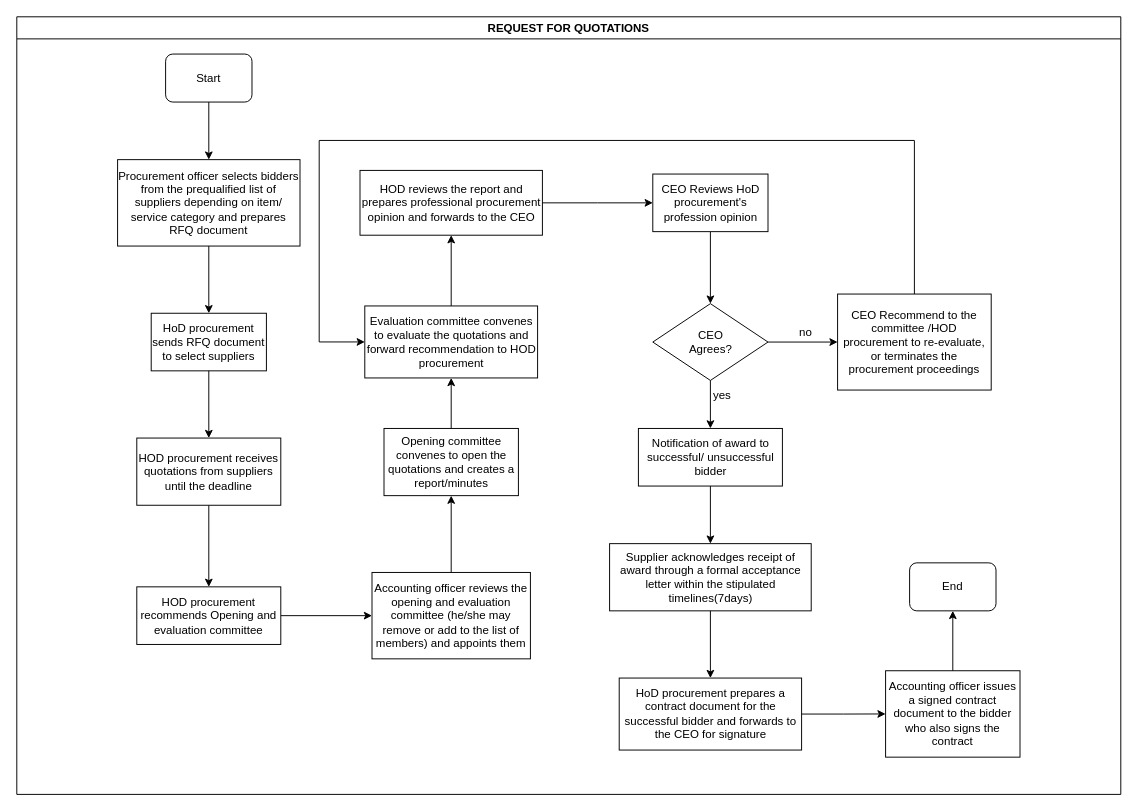
This is KEFRI-PROC-REQUEST FOR QUOTATION.drawio from kmagua/flowcharts, a draw.io file, before an edit. Source tidied: cells renumbered, new cells numbered last; positions are measured from the earlier drawing's top-left corner, leaving out a move shared by most shapes. Both pictures are drawn from the tidied source at 96%, with x=0, y=0 at pixel (16, 16).
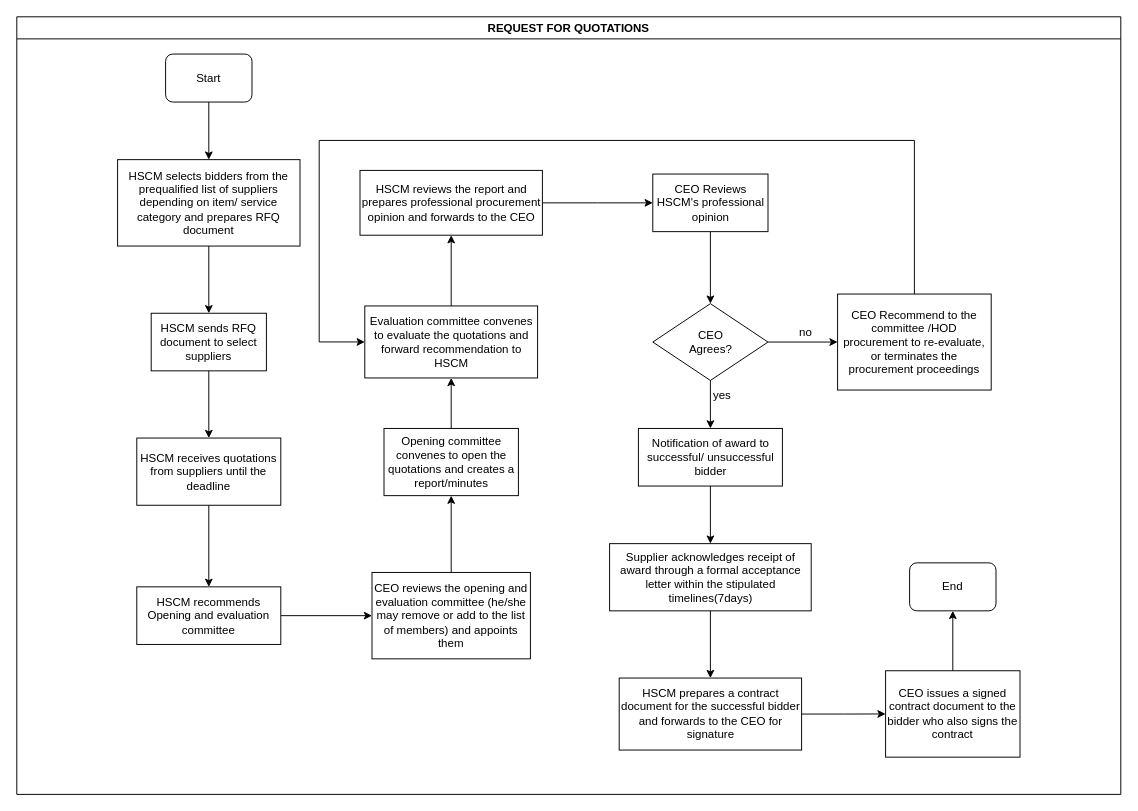
The same diagram, later.

The change refers to these unchanged cells:
```xml
<mxCell id="2" value="REQUEST FOR QUOTATIONS" style="swimlane;" parent="1" vertex="1">
  <mxGeometry width="1150" height="810" as="geometry" />
</mxCell>
```

Diff of the diagram source:
```diff
@@
-    <mxCell id="4" value="Procurement officer selects bidders from the prequalified list of suppliers depending on item/ service category and prepares RFQ document" style="rounded=0;whiteSpace=wrap;html=1;" parent="2" vertex="1">
+    <mxCell id="4" value="HSCM selects bidders from the prequalified list of suppliers depending on item/ service category and prepares RFQ document" style="rounded=0;whiteSpace=wrap;html=1;" parent="2" vertex="1">
       <mxGeometry x="105" y="148.8" width="190" height="90" as="geometry" />
     </mxCell>
@@
-    <mxCell id="6" value="HoD procurement sends RFQ document to select suppliers" style="whiteSpace=wrap;html=1;rounded=0;" parent="2" vertex="1">
+    <mxCell id="6" value="HSCM sends RFQ document to select suppliers" style="whiteSpace=wrap;html=1;rounded=0;" parent="2" vertex="1">
       <mxGeometry x="140" y="308.8" width="120" height="60" as="geometry" />
     </mxCell>
@@
-    <mxCell id="9" value="Evaluation committee convenes to evaluate the quotations and forward recommendation to HOD procurement" style="whiteSpace=wrap;html=1;rounded=0;" parent="2" vertex="1">
+    <mxCell id="9" value="Evaluation committee convenes to evaluate the quotations and forward recommendation to HSCM" style="whiteSpace=wrap;html=1;rounded=0;" parent="2" vertex="1">
       <mxGeometry x="362.5" y="301.2" width="180" height="75" as="geometry" />
     </mxCell>
@@
-    <mxCell id="11" value="HOD reviews the report and prepares professional procurement opinion and forwards to the CEO" style="whiteSpace=wrap;html=1;rounded=0;" parent="2" vertex="1">
+    <mxCell id="11" value="HSCM reviews the report and prepares professional procurement opinion and forwards to the CEO" style="whiteSpace=wrap;html=1;rounded=0;" parent="2" vertex="1">
       <mxGeometry x="357.5" y="160" width="190" height="67.5" as="geometry" />
     </mxCell>
@@
-    <mxCell id="19" value="HoD procurement prepares a contract document for the successful bidder and forwards to the CEO for signature" style="whiteSpace=wrap;html=1;rounded=0;" parent="2" vertex="1">
+    <mxCell id="19" value="HSCM prepares a contract document for the successful bidder and forwards to the CEO for signature" style="whiteSpace=wrap;html=1;rounded=0;" parent="2" vertex="1">
       <mxGeometry x="627.5" y="688.8" width="190" height="75" as="geometry" />
     </mxCell>
@@
-    <mxCell id="21" value="Accounting officer issues a signed contract document to the bidder who also signs the contract" style="whiteSpace=wrap;html=1;rounded=0;" parent="2" vertex="1">
+    <mxCell id="21" value="CEO issues a signed contract document to the bidder who also signs the contract" style="whiteSpace=wrap;html=1;rounded=0;" parent="2" vertex="1">
       <mxGeometry x="905" y="681.2" width="140" height="90" as="geometry" />
     </mxCell>
@@
-    <mxCell id="26" value="HOD procurement receives quotations from suppliers until the deadline" style="whiteSpace=wrap;html=1;rounded=0;" parent="1" vertex="1">
+    <mxCell id="26" value="HSCM receives quotations from suppliers until the deadline" style="whiteSpace=wrap;html=1;rounded=0;" parent="1" vertex="1">
       <mxGeometry x="125" y="438.8" width="150" height="70" as="geometry" />
     </mxCell>
@@
-    <mxCell id="29" value="HOD procurement recommends Opening and evaluation committee" style="whiteSpace=wrap;html=1;rounded=0;" parent="1" vertex="1">
+    <mxCell id="29" value="HSCM recommends Opening and evaluation committee" style="whiteSpace=wrap;html=1;rounded=0;" parent="1" vertex="1">
       <mxGeometry x="125" y="593.8" width="150" height="60" as="geometry" />
     </mxCell>
@@
-    <mxCell id="31" value="Accounting officer reviews the opening and evaluation committee (he/she may remove or add to the list of members) and appoints them" style="whiteSpace=wrap;html=1;rounded=0;" parent="1" vertex="1">
+    <mxCell id="31" value="CEO reviews the opening and evaluation committee (he/she may remove or add to the list of members) and appoints them" style="whiteSpace=wrap;html=1;rounded=0;" parent="1" vertex="1">
       <mxGeometry x="370" y="578.8" width="165" height="90" as="geometry" />
     </mxCell>
@@
-    <mxCell id="33" value="CEO Reviews HoD procurement's profession opinion" style="whiteSpace=wrap;html=1;rounded=0;" parent="1" vertex="1">
+    <mxCell id="33" value="CEO Reviews HSCM's professional opinion" style="whiteSpace=wrap;html=1;rounded=0;" parent="1" vertex="1">
       <mxGeometry x="662.5" y="163.8" width="120" height="60" as="geometry" />
     </mxCell>
```
